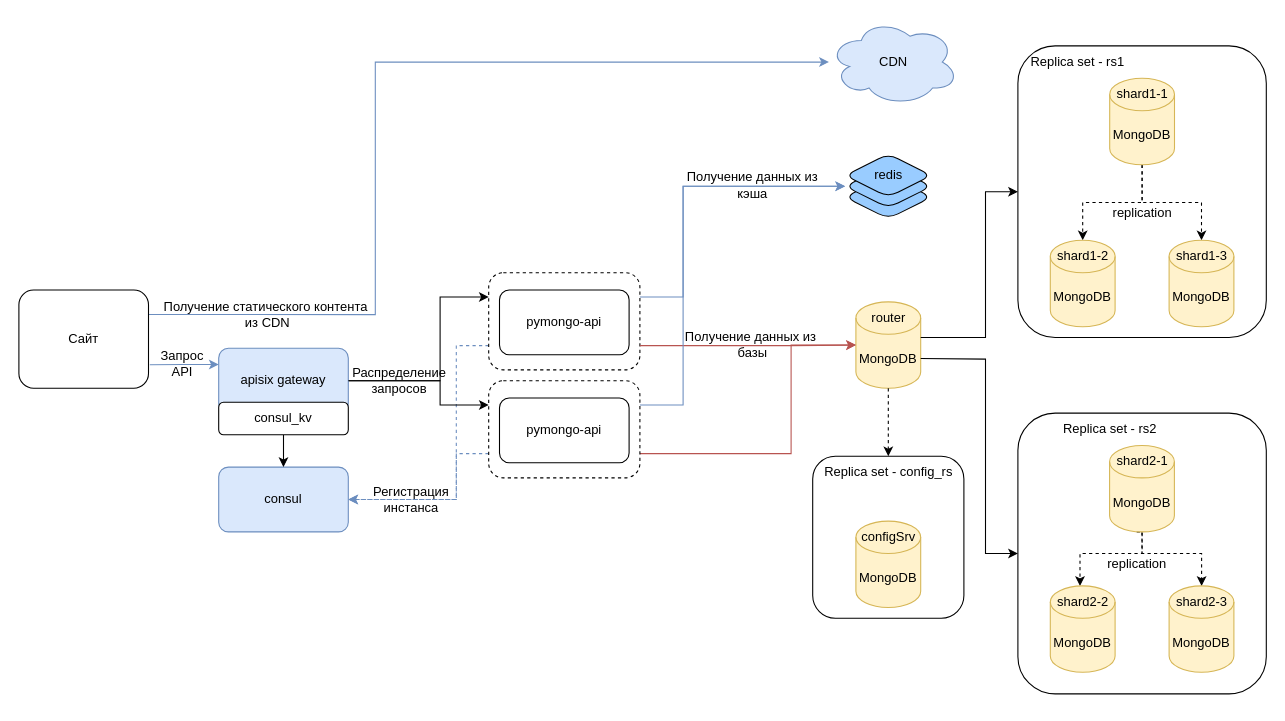
d-dmitriev/architecture-sprint-2 keeps this draw.io diagram as sprint_2.drawio. Above is the earlier version. Source tidied: cells renumbered, new cells numbered last; positions are measured from the earlier drawing's top-left corner, leaving out a move shared by most shapes. Both pictures are drawn from the tidied source at 108%, with x=0, y=0 at pixel (18, 18).
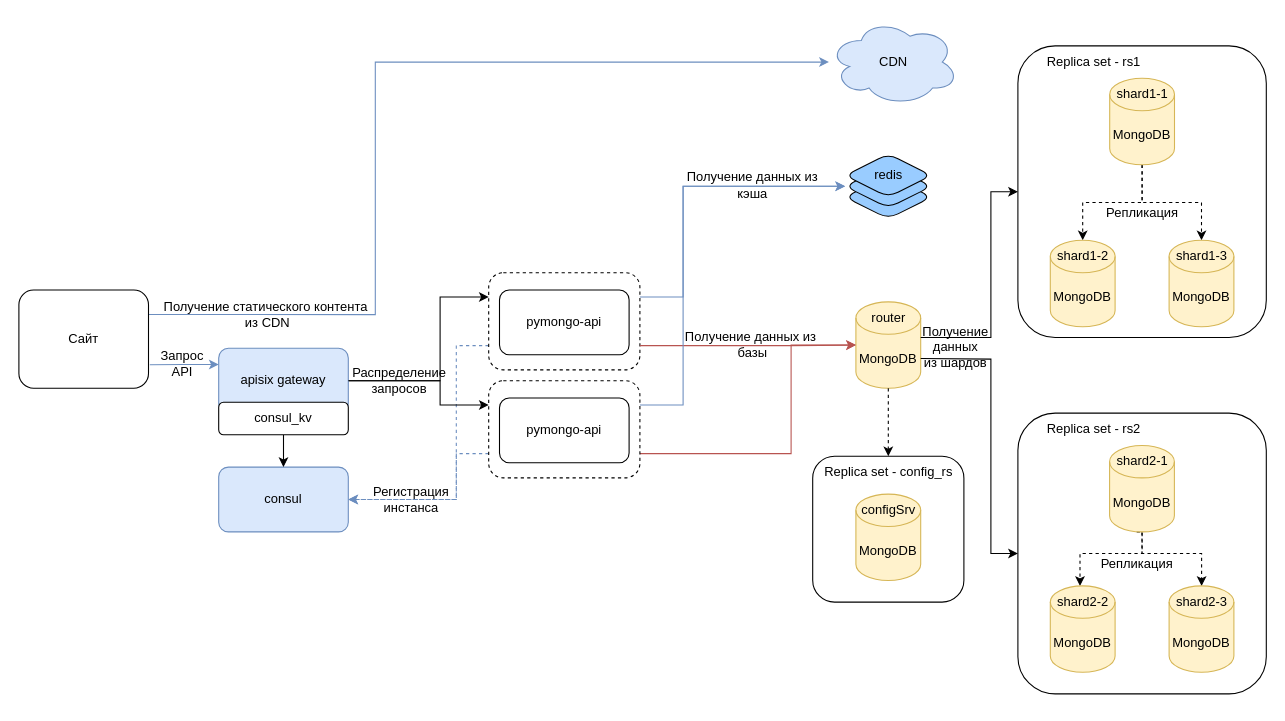
The same page after the edit.

The change refers to these unchanged cells:
```xml
<mxCell id="2" value="MongoDB" style="shape=cylinder3;whiteSpace=wrap;html=1;boundedLbl=1;backgroundOutline=1;size=15;fillColor=#fff2cc;strokeColor=#d6b656;" parent="1" vertex="1">
  <mxGeometry x="775" y="262" width="60" height="80" as="geometry" />
</mxCell>
<mxCell id="4" style="rounded=1;whiteSpace=wrap;html=1;" parent="1" vertex="1">
  <mxGeometry x="925" y="25" width="230" height="270" as="geometry" />
</mxCell>
```

What changed in the source:
```diff
@@
     <mxCell id="5" value="Replica set - rs1" style="text;html=1;align=center;verticalAlign=middle;strokeColor=none;fillColor=none;" parent="1" vertex="1">
-      <mxGeometry x="925" y="25" width="110" height="30" as="geometry" />
+      <mxGeometry x="940" y="25" width="110" height="30" as="geometry" />
     </mxCell>
@@
     <mxCell id="9" value="Replica set - rs2" style="text;html=1;align=center;verticalAlign=middle;strokeColor=none;fillColor=none;" parent="1" vertex="1">
-      <mxGeometry x="955" y="365" width="110" height="30" as="geometry" />
+      <mxGeometry x="940" y="365" width="110" height="30" as="geometry" />
     </mxCell>
     <mxCell id="10" style="endArrow=classic;html=1;rounded=0;entryX=0;entryY=0.5;entryDx=0;entryDy=0;exitX=1;exitY=0.413;exitDx=0;exitDy=0;exitPerimeter=0;" parent="1" edge="1" source="2" target="4">
       <mxGeometry relative="1" as="geometry">
         <Array as="points">
-          <mxPoint x="895" y="295" />
-          <mxPoint x="895" y="160" />
+          <mxPoint x="900" y="295" />
+          <mxPoint x="900" y="160" />
         </Array>
       </mxGeometry>
     </mxCell>
     <mxCell id="11" style="endArrow=classic;html=1;rounded=0;entryX=0;entryY=0.5;entryDx=0;entryDy=0;exitX=1;exitY=0;exitDx=0;exitDy=52.5;exitPerimeter=0;" parent="1" edge="1" source="2">
       <mxGeometry relative="1" as="geometry">
         <mxPoint x="925" y="495" as="targetPoint" />
         <Array as="points">
-          <mxPoint x="895" y="315" />
-          <mxPoint x="895" y="495" />
+          <mxPoint x="900" y="315" />
+          <mxPoint x="900" y="495" />
         </Array>
       </mxGeometry>
     </mxCell>
     <mxCell id="12" style="rounded=1;whiteSpace=wrap;html=1;" parent="1" vertex="1">
-      <mxGeometry x="735" y="405" width="140" height="150" as="geometry" />
+      <mxGeometry x="735" y="405" width="140" height="135" as="geometry" />
     </mxCell>
     <mxCell id="13" value="MongoDB" style="shape=cylinder3;whiteSpace=wrap;html=1;boundedLbl=1;backgroundOutline=1;size=15;fillColor=#fff2cc;strokeColor=#d6b656;" parent="1" vertex="1">
-      <mxGeometry x="775" y="465" width="60" height="80" as="geometry" />
+      <mxGeometry x="775" y="440" width="60" height="80" as="geometry" />
     </mxCell>
     <mxCell id="14" value="configSrv" style="text;html=1;align=center;verticalAlign=middle;strokeColor=none;fillColor=none;" parent="1" vertex="1">
-      <mxGeometry x="770" y="465" width="70" height="30" as="geometry" />
+      <mxGeometry x="770" y="440" width="70" height="30" as="geometry" />
     </mxCell>
@@
-    <mxCell id="17" value="replication" style="text;html=1;align=center;verticalAlign=middle;strokeColor=none;fillColor=none;glass=1;" parent="1" vertex="1">
-      <mxGeometry x="1000" y="165" width="80" height="30" as="geometry" />
+    <mxCell id="17" value="Репликация" style="text;html=1;align=center;verticalAlign=middle;strokeColor=none;fillColor=none;glass=1;" parent="1" vertex="1">
+      <mxGeometry x="995" y="165" width="90" height="30" as="geometry" />
     </mxCell>
-    <mxCell id="18" value="replication" style="text;html=1;align=center;verticalAlign=middle;strokeColor=none;fillColor=none;glass=1;" parent="1" vertex="1">
-      <mxGeometry x="995" y="490" width="80" height="30" as="geometry" />
+    <mxCell id="18" value="Репликация" style="text;html=1;align=center;verticalAlign=middle;strokeColor=none;fillColor=none;glass=1;" parent="1" vertex="1">
+      <mxGeometry x="990" y="490" width="90" height="30" as="geometry" />
     </mxCell>
@@
+    <mxCell id="71" value="Получение&lt;div&gt;&lt;span style=&quot;background-color: initial;&quot;&gt;данных&lt;/span&gt;&lt;div&gt;&lt;div&gt;из&amp;nbsp;&lt;span style=&quot;background-color: initial;&quot;&gt;шардов&lt;/span&gt;&lt;/div&gt;&lt;/div&gt;&lt;/div&gt;" style="text;html=1;align=center;verticalAlign=middle;strokeColor=none;fillColor=none;" parent="1" vertex="1">
+      <mxGeometry x="822" y="274" width="90" height="60" as="geometry" />
+    </mxCell>
```
